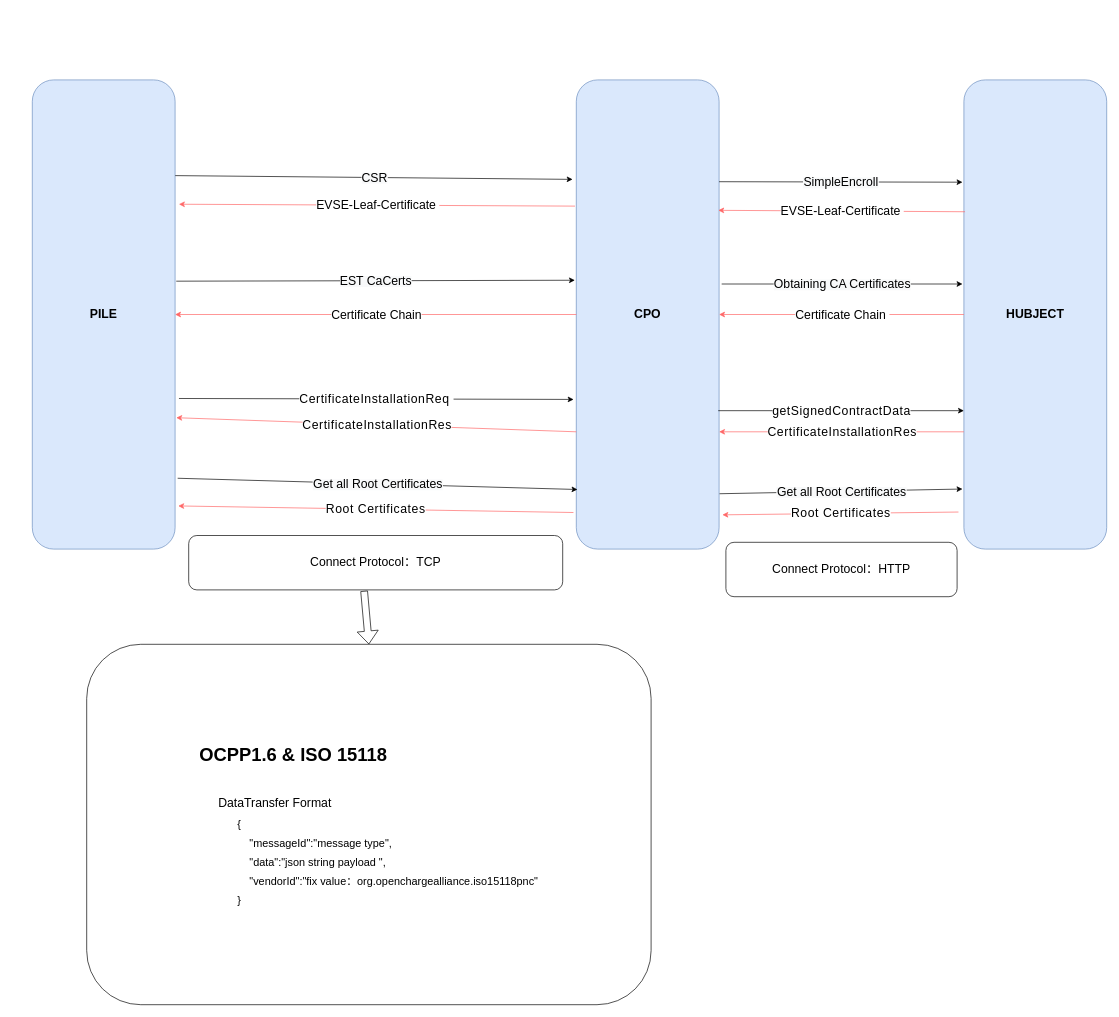
Before: Untitled Diagram.drawio in piaoransheng/draw.io, a draw.io diagram. Source tidied: cells renumbered, new cells numbered last; positions are measured from the earlier drawing's top-left corner, leaving out a move shared by most shapes. Both pictures are drawn from the tidied source at 68%, with x=0, y=0 at pixel (32, 80).
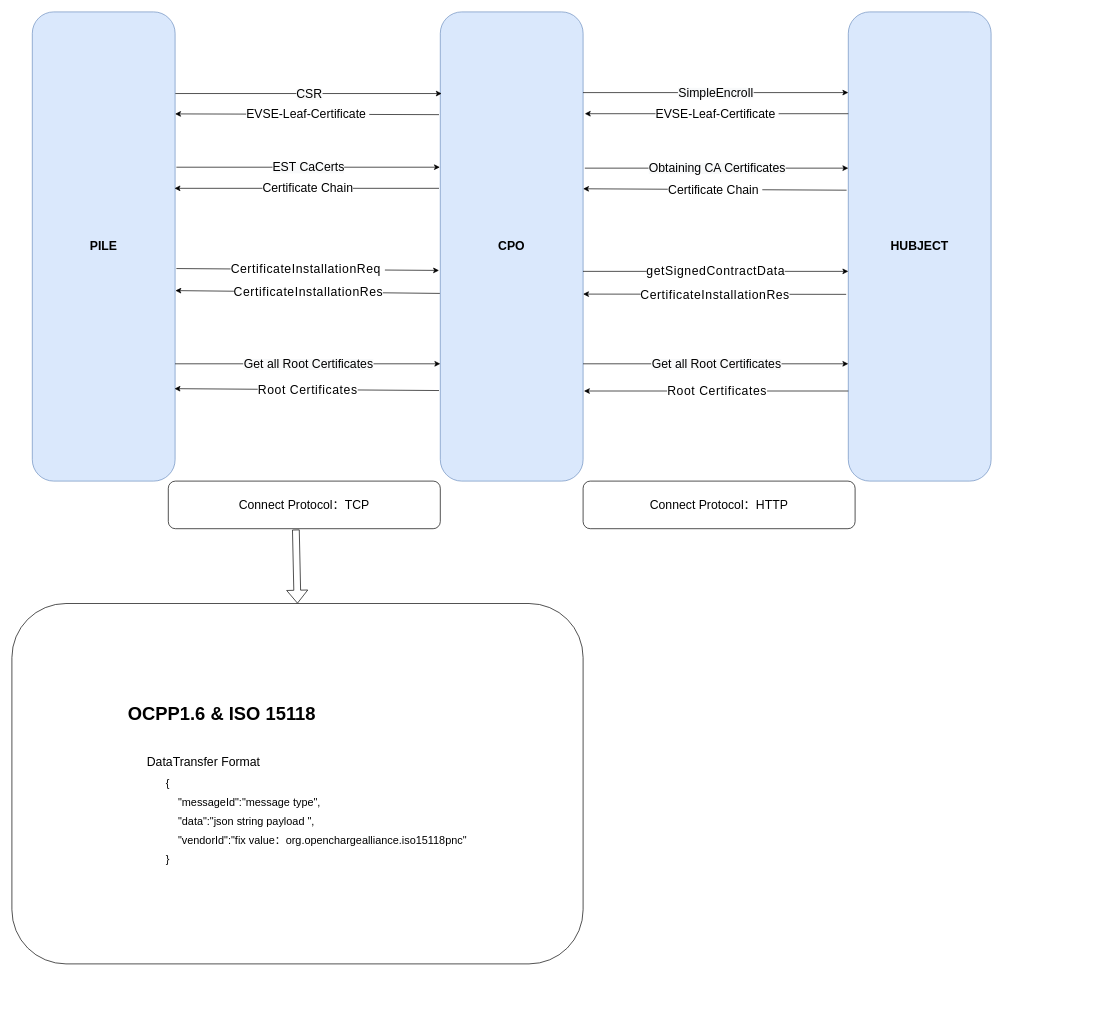
The same page after the edit.

Change to the diagram source:
```diff
@@
     <mxCell id="2" value="&lt;b&gt;&lt;font style=&quot;font-size: 18px;&quot;&gt;PILE&lt;/font&gt;&lt;/b&gt;" style="rounded=1;whiteSpace=wrap;html=1;fontSize=12;glass=0;strokeWidth=1;shadow=0;fillColor=#dae8fc;strokeColor=#6c8ebf;" parent="1" vertex="1">
-      <mxGeometry width="210" height="690" as="geometry" />
+      <mxGeometry y="-100" width="210" height="690" as="geometry" />
     </mxCell>
     <mxCell id="3" value="&lt;b&gt;&lt;font style=&quot;font-size: 18px;&quot;&gt;CPO&lt;/font&gt;&lt;/b&gt;" style="rounded=1;whiteSpace=wrap;html=1;fontSize=12;glass=0;strokeWidth=1;shadow=0;fillColor=#dae8fc;strokeColor=#6c8ebf;" parent="1" vertex="1">
-      <mxGeometry x="800" width="210" height="690" as="geometry" />
+      <mxGeometry x="600" y="-100" width="210" height="690" as="geometry" />
     </mxCell>
     <mxCell id="4" value="&lt;b&gt;&lt;font style=&quot;font-size: 18px;&quot;&gt;HUBJECT&lt;/font&gt;&lt;/b&gt;" style="rounded=1;whiteSpace=wrap;html=1;fontSize=12;glass=0;strokeWidth=1;shadow=0;fillColor=#dae8fc;strokeColor=#6c8ebf;" parent="1" vertex="1">
-      <mxGeometry x="1370" width="210" height="690" as="geometry" />
+      <mxGeometry x="1200" y="-100" width="210" height="690" as="geometry" />
     </mxCell>
-    <mxCell id="5" style="endArrow=classic;html=1;rounded=0;fontSize=14;entryX=-0.026;entryY=0.212;entryDx=0;entryDy=0;entryPerimeter=0;exitX=1.001;exitY=0.204;exitDx=0;exitDy=0;exitPerimeter=0;" parent="1" edge="1" source="2" target="3">
+    <mxCell id="5" style="endArrow=classic;html=1;rounded=0;fontSize=14;exitX=1.002;exitY=0.174;exitDx=0;exitDy=0;exitPerimeter=0;entryX=0.01;entryY=0.174;entryDx=0;entryDy=0;entryPerimeter=0;" parent="1" edge="1" source="2" target="3">
       <mxGeometry relative="1" as="geometry" />
     </mxCell>
@@
-    <mxCell id="7" style="endArrow=classic;html=1;rounded=0;fontSize=14;exitX=1;exitY=0.217;exitDx=0;exitDy=0;exitPerimeter=0;entryX=-0.01;entryY=0.218;entryDx=0;entryDy=0;entryPerimeter=0;" parent="1" edge="1" source="3" target="4">
+    <mxCell id="7" style="endArrow=classic;html=1;rounded=0;fontSize=14;exitX=0.999;exitY=0.172;exitDx=0;exitDy=0;exitPerimeter=0;entryX=0;entryY=0.172;entryDx=0;entryDy=0;entryPerimeter=0;" parent="1" edge="1" source="3" target="4">
       <mxGeometry relative="1" as="geometry" />
     </mxCell>
@@
-    <mxCell id="9" style="endArrow=classic;html=1;rounded=0;fontSize=14;exitX=1.008;exitY=0.429;exitDx=0;exitDy=0;exitPerimeter=0;entryX=-0.01;entryY=0.427;entryDx=0;entryDy=0;entryPerimeter=0;" parent="1" edge="1" source="2" target="3">
+    <mxCell id="9" style="endArrow=classic;html=1;rounded=0;fontSize=14;exitX=1.009;exitY=0.331;exitDx=0;exitDy=0;exitPerimeter=0;entryX=-0.003;entryY=0.331;entryDx=0;entryDy=0;entryPerimeter=0;" parent="1" edge="1" source="2" target="3">
       <mxGeometry relative="1" as="geometry" />
     </mxCell>
@@
-    <mxCell id="11" style="endArrow=classic;html=1;rounded=0;fontSize=14;exitX=1.018;exitY=0.435;exitDx=0;exitDy=0;exitPerimeter=0;entryX=-0.01;entryY=0.435;entryDx=0;entryDy=0;entryPerimeter=0;" parent="1" edge="1" source="3" target="4">
+    <mxCell id="11" style="endArrow=classic;html=1;rounded=0;fontSize=14;exitX=1.012;exitY=0.333;exitDx=0;exitDy=0;exitPerimeter=0;entryX=0;entryY=0.333;entryDx=0;entryDy=0;entryPerimeter=0;" parent="1" edge="1" source="3" target="4">
       <mxGeometry relative="1" as="geometry" />
     </mxCell>
@@
-    <mxCell id="13" style="endArrow=classic;html=1;rounded=0;fontSize=14;exitX=1.027;exitY=0.679;exitDx=0;exitDy=0;exitPerimeter=0;entryX=-0.019;entryY=0.681;entryDx=0;entryDy=0;entryPerimeter=0;" parent="1" edge="1" source="2" target="3">
+    <mxCell id="13" style="endArrow=classic;html=1;rounded=0;fontSize=14;exitX=1.009;exitY=0.547;exitDx=0;exitDy=0;exitPerimeter=0;entryX=-0.009;entryY=0.551;entryDx=0;entryDy=0;entryPerimeter=0;" parent="1" edge="1" source="2" target="3">
       <mxGeometry relative="1" as="geometry" />
     </mxCell>
@@
-    <mxCell id="15" style="endArrow=classic;html=1;rounded=0;fontSize=14;exitX=0.994;exitY=0.705;exitDx=0;exitDy=0;exitPerimeter=0;entryX=0;entryY=0.705;entryDx=0;entryDy=0;entryPerimeter=0;" parent="1" edge="1" source="3" target="4">
+    <mxCell id="15" style="endArrow=classic;html=1;rounded=0;fontSize=14;exitX=0.999;exitY=0.553;exitDx=0;exitDy=0;exitPerimeter=0;entryX=0;entryY=0.553;entryDx=0;entryDy=0;entryPerimeter=0;" parent="1" edge="1" source="3" target="4">
       <mxGeometry relative="1" as="geometry" />
     </mxCell>
@@
-    <mxCell id="17" style="endArrow=classic;html=1;rounded=0;fontSize=14;exitX=1.018;exitY=0.849;exitDx=0;exitDy=0;exitPerimeter=0;entryX=0.008;entryY=0.873;entryDx=0;entryDy=0;entryPerimeter=0;" parent="1" edge="1" source="2" target="3">
+    <mxCell id="17" style="endArrow=classic;html=1;rounded=0;fontSize=14;exitX=1;exitY=0.75;exitDx=0;exitDy=0;entryX=0;entryY=0.75;entryDx=0;entryDy=0;" parent="1" edge="1" source="2" target="3">
       <mxGeometry relative="1" as="geometry" />
     </mxCell>
@@
-    <mxCell id="19" style="endArrow=classic;html=1;rounded=0;fontSize=14;exitX=1.003;exitY=0.882;exitDx=0;exitDy=0;exitPerimeter=0;entryX=-0.01;entryY=0.872;entryDx=0;entryDy=0;entryPerimeter=0;" parent="1" edge="1" source="3" target="4">
+    <mxCell id="19" style="endArrow=classic;html=1;rounded=0;fontSize=14;exitX=1;exitY=0.75;exitDx=0;exitDy=0;entryX=0;entryY=0.75;entryDx=0;entryDy=0;" parent="1" edge="1" source="3" target="4">
       <mxGeometry relative="1" as="geometry" />
     </mxCell>
@@
-    <mxCell id="21" style="endArrow=classic;html=1;rounded=0;fontSize=14;entryX=0.994;entryY=0.278;entryDx=0;entryDy=0;entryPerimeter=0;exitX=0.008;exitY=0.281;exitDx=0;exitDy=0;exitPerimeter=0;fillColor=#e51400;strokeColor=#FF6666;" parent="1" edge="1" source="4" target="3">
+    <mxCell id="21" style="endArrow=classic;html=1;rounded=0;fontSize=14;entryX=1.012;entryY=0.217;entryDx=0;entryDy=0;entryPerimeter=0;exitX=0;exitY=0.217;exitDx=0;exitDy=0;exitPerimeter=0;fillColor=#e51400;strokeColor=#000000;fontColor=#000000;" parent="1" edge="1" source="4" target="3">
       <mxGeometry relative="1" as="geometry" />
     </mxCell>
@@
-    <mxCell id="23" style="endArrow=classic;html=1;rounded=0;fontSize=14;exitX=-0.009;exitY=0.269;exitDx=0;exitDy=0;exitPerimeter=0;entryX=1.027;entryY=0.265;entryDx=0;entryDy=0;entryPerimeter=0;fillColor=#e51400;strokeColor=#FF6666;" parent="1" edge="1" source="3" target="2">
-      <mxGeometry relative="1" as="geometry" />
+    <mxCell id="23" style="endArrow=classic;html=1;rounded=0;fontSize=14;exitX=-0.009;exitY=0.219;exitDx=0;exitDy=0;exitPerimeter=0;fillColor=#e51400;strokeColor=#000000;" parent="1" edge="1" source="3">
+      <mxGeometry relative="1" as="geometry">
+        <mxPoint x="210" y="50" as="targetPoint" />
+      </mxGeometry>
     </mxCell>
@@
-    <mxCell id="25" style="endArrow=classic;html=1;rounded=0;fontSize=14;entryX=1;entryY=0.5;entryDx=0;entryDy=0;exitX=0;exitY=0.5;exitDx=0;exitDy=0;fillColor=#e51400;strokeColor=#FF6666;" parent="1" edge="1" source="4" target="3">
+    <mxCell id="25" style="endArrow=classic;html=1;rounded=0;fontSize=14;entryX=1;entryY=0.377;entryDx=0;entryDy=0;exitX=-0.012;exitY=0.38;exitDx=0;exitDy=0;fillColor=#e51400;strokeColor=#000000;entryPerimeter=0;exitPerimeter=0;" parent="1" edge="1" source="4" target="3">
       <mxGeometry relative="1" as="geometry" />
     </mxCell>
@@
-    <mxCell id="27" style="endArrow=classic;html=1;rounded=0;fontSize=14;entryX=1;entryY=0.5;entryDx=0;entryDy=0;exitX=0;exitY=0.5;exitDx=0;exitDy=0;fillColor=#e51400;strokeColor=#FF6666;" parent="1" edge="1" source="3" target="2">
+    <mxCell id="27" style="endArrow=classic;html=1;rounded=0;fontSize=14;entryX=0.996;entryY=0.376;entryDx=0;entryDy=0;exitX=-0.009;exitY=0.376;exitDx=0;exitDy=0;fillColor=#e51400;strokeColor=#000000;entryPerimeter=0;exitPerimeter=0;" parent="1" edge="1" source="3" target="2">
       <mxGeometry relative="1" as="geometry" />
     </mxCell>
@@
-    <mxCell id="29" style="endArrow=classic;html=1;rounded=0;fontSize=14;entryX=1;entryY=0.75;entryDx=0;entryDy=0;exitX=0;exitY=0.75;exitDx=0;exitDy=0;fillColor=#e51400;strokeColor=#FF6666;" parent="1" edge="1" source="4" target="3">
-      <mxGeometry relative="1" as="geometry" />
+    <mxCell id="29" style="endArrow=classic;html=1;rounded=0;fontSize=14;fillColor=#e51400;strokeColor=#000000;exitX=-0.015;exitY=0.602;exitDx=0;exitDy=0;exitPerimeter=0;" parent="1" edge="1" source="4">
+      <mxGeometry relative="1" as="geometry">
+        <mxPoint x="810" y="315" as="targetPoint" />
+      </mxGeometry>
     </mxCell>
@@
-    <mxCell id="31" style="endArrow=classic;html=1;rounded=0;fontSize=14;entryX=1.008;entryY=0.72;entryDx=0;entryDy=0;exitX=0;exitY=0.75;exitDx=0;exitDy=0;entryPerimeter=0;fillColor=#e51400;strokeColor=#FF6666;" parent="1" edge="1" source="3" target="2">
+    <mxCell id="31" style="endArrow=classic;html=1;rounded=0;fontSize=14;entryX=1.002;entryY=0.594;entryDx=0;entryDy=0;exitX=-0.003;exitY=0.6;exitDx=0;exitDy=0;entryPerimeter=0;fillColor=#e51400;strokeColor=#000000;exitPerimeter=0;" parent="1" edge="1" source="3" target="2">
       <mxGeometry relative="1" as="geometry" />
     </mxCell>
@@
-    <mxCell id="33" style="endArrow=classic;html=1;rounded=0;fontSize=14;entryX=1.023;entryY=0.927;entryDx=0;entryDy=0;exitX=-0.038;exitY=0.921;exitDx=0;exitDy=0;entryPerimeter=0;exitPerimeter=0;fillColor=#e51400;strokeColor=#FF6666;" parent="1" edge="1" source="4" target="3">
+    <mxCell id="33" style="endArrow=classic;html=1;rounded=0;fontSize=14;entryX=1.006;entryY=0.808;entryDx=0;entryDy=0;entryPerimeter=0;fillColor=#e51400;strokeColor=#000000;exitX=0;exitY=0.808;exitDx=0;exitDy=0;exitPerimeter=0;" parent="1" edge="1" source="4" target="3">
       <mxGeometry relative="1" as="geometry" />
     </mxCell>
@@
-    <mxCell id="35" style="endArrow=classic;html=1;rounded=0;fontSize=14;entryX=1.022;entryY=0.908;entryDx=0;entryDy=0;exitX=-0.02;exitY=0.922;exitDx=0;exitDy=0;entryPerimeter=0;exitPerimeter=0;fillColor=#e51400;strokeColor=#FF6666;" parent="1" edge="1" source="3" target="2">
+    <mxCell id="35" style="endArrow=classic;html=1;rounded=0;fontSize=14;entryX=0.996;entryY=0.803;entryDx=0;entryDy=0;exitX=-0.009;exitY=0.807;exitDx=0;exitDy=0;entryPerimeter=0;exitPerimeter=0;fillColor=#e51400;strokeColor=#000000;" parent="1" edge="1" source="3" target="2">
       <mxGeometry relative="1" as="geometry" />
     </mxCell>
@@
     <mxCell id="37" value="&lt;article data-content=&quot;[{&amp;quot;type&amp;quot;:&amp;quot;block&amp;quot;,&amp;quot;id&amp;quot;:&amp;quot;Cxpn-1652323043085&amp;quot;,&amp;quot;name&amp;quot;:&amp;quot;paragraph&amp;quot;,&amp;quot;data&amp;quot;:{},&amp;quot;nodes&amp;quot;:[{&amp;quot;type&amp;quot;:&amp;quot;text&amp;quot;,&amp;quot;id&amp;quot;:&amp;quot;qzmt-1652323043084&amp;quot;,&amp;quot;leaves&amp;quot;:[{&amp;quot;text&amp;quot;:&amp;quot;DataTransfer&amp;quot;,&amp;quot;marks&amp;quot;:[]}]}],&amp;quot;state&amp;quot;:{}}]&quot;&gt;&lt;div style=&quot;line-height: 1.75; text-align: left;&quot;&gt;&lt;font style=&quot;font-size: 18px;&quot;&gt;Connect Protocol：HTTP&lt;/font&gt;&lt;/div&gt;&lt;/article&gt;" style="rounded=1;whiteSpace=wrap;html=1;fontFamily=Helvetica;fontSize=18;" parent="1" vertex="1">
-      <mxGeometry x="1020" y="680" width="340" height="80" as="geometry" />
+      <mxGeometry x="810" y="590" width="400" height="70" as="geometry" />
     </mxCell>
     <mxCell id="38" value="&lt;article data-content=&quot;[{&amp;quot;type&amp;quot;:&amp;quot;block&amp;quot;,&amp;quot;id&amp;quot;:&amp;quot;Cxpn-1652323043085&amp;quot;,&amp;quot;name&amp;quot;:&amp;quot;paragraph&amp;quot;,&amp;quot;data&amp;quot;:{},&amp;quot;nodes&amp;quot;:[{&amp;quot;type&amp;quot;:&amp;quot;text&amp;quot;,&amp;quot;id&amp;quot;:&amp;quot;qzmt-1652323043084&amp;quot;,&amp;quot;leaves&amp;quot;:[{&amp;quot;text&amp;quot;:&amp;quot;DataTransfer&amp;quot;,&amp;quot;marks&amp;quot;:[]}]}],&amp;quot;state&amp;quot;:{}}]&quot;&gt;&lt;div style=&quot;line-height: 1.75; text-align: left;&quot;&gt;&lt;font style=&quot;font-size: 18px;&quot;&gt;Connect Protocol：TCP&lt;/font&gt;&lt;/div&gt;&lt;/article&gt;" style="rounded=1;whiteSpace=wrap;html=1;fontFamily=Helvetica;fontSize=18;" parent="1" vertex="1">
-      <mxGeometry x="230" y="670" width="550" height="80" as="geometry" />
+      <mxGeometry x="200" y="590" width="400" height="70" as="geometry" />
     </mxCell>
@@
     <mxCell id="40" value="&lt;article data-content=&quot;[{&amp;quot;type&amp;quot;:&amp;quot;block&amp;quot;,&amp;quot;id&amp;quot;:&amp;quot;Cxpn-1652323043085&amp;quot;,&amp;quot;name&amp;quot;:&amp;quot;paragraph&amp;quot;,&amp;quot;data&amp;quot;:{},&amp;quot;nodes&amp;quot;:[{&amp;quot;type&amp;quot;:&amp;quot;text&amp;quot;,&amp;quot;id&amp;quot;:&amp;quot;qzmt-1652323043084&amp;quot;,&amp;quot;leaves&amp;quot;:[{&amp;quot;text&amp;quot;:&amp;quot;DataTransfer&amp;quot;,&amp;quot;marks&amp;quot;:[]}]}],&amp;quot;state&amp;quot;:{}}]&quot;&gt;&lt;div style=&quot;line-height: 1.75; text-align: left;&quot;&gt;&lt;b style=&quot;background-color: initial;&quot;&gt;&lt;font style=&quot;font-size: 27px;&quot;&gt;OCPP1.6 &amp;amp; ISO 15118&lt;/font&gt;&lt;/b&gt;&lt;br&gt;&lt;/div&gt;&lt;div style=&quot;line-height: 1.75; text-align: left;&quot;&gt;&lt;b style=&quot;background-color: initial;&quot;&gt;&lt;br&gt;&lt;/b&gt;&lt;/div&gt;&lt;div style=&quot;line-height: 1.75; text-align: left;&quot;&gt;&lt;div style=&quot;font-size: 16px; line-height: 1.75; margin-left: 28px;&quot;&gt;&lt;font style=&quot;font-size: 18px;&quot;&gt;DataTransfer Format&lt;/font&gt;&lt;/div&gt;&lt;div style=&quot;font-size: 16px; line-height: 1.75; margin-left: 28px;&quot;&gt;&lt;font style=&quot;font-size: 18px;&quot;&gt;&lt;div style=&quot;font-size: 16px; line-height: 1.75; margin-left: 28px;&quot;&gt;{&lt;/div&gt;&lt;div style=&quot;font-size: 16px; line-height: 1.75; margin-left: 28px;&quot;&gt;&amp;nbsp;&amp;nbsp;&amp;nbsp;&amp;nbsp;&quot;messageId&quot;:&quot;message type&quot;,&lt;/div&gt;&lt;div style=&quot;font-size: 16px; line-height: 1.75; margin-left: 28px;&quot;&gt;&amp;nbsp;&amp;nbsp;&amp;nbsp;&amp;nbsp;&quot;data&quot;:&quot;json string&amp;nbsp;&lt;span style=&quot;background-color: initial;&quot;&gt;payload&lt;/span&gt;&lt;span style=&quot;background-color: initial;&quot;&gt;&amp;nbsp;&lt;/span&gt;&lt;span style=&quot;background-color: initial;&quot;&gt;&quot;,&lt;/span&gt;&lt;/div&gt;&lt;div style=&quot;font-size: 16px; line-height: 1.75; margin-left: 28px;&quot;&gt;&amp;nbsp;&amp;nbsp;&amp;nbsp;&amp;nbsp;&quot;vendorId&quot;:&quot;fix value：org.openchargealliance.iso15118pnc&quot;&lt;/div&gt;&lt;div style=&quot;font-size: 16px; line-height: 1.75; margin-left: 28px;&quot;&gt;}&lt;/div&gt;&lt;/font&gt;&lt;/div&gt;&lt;/div&gt;&lt;/article&gt;" style="rounded=1;whiteSpace=wrap;html=1;fontFamily=Helvetica;fontSize=18;" parent="1" vertex="1">
-      <mxGeometry x="80" y="830" width="830" height="530" as="geometry" />
+      <mxGeometry x="-30" y="770" width="840" height="530" as="geometry" />
     </mxCell>
```
